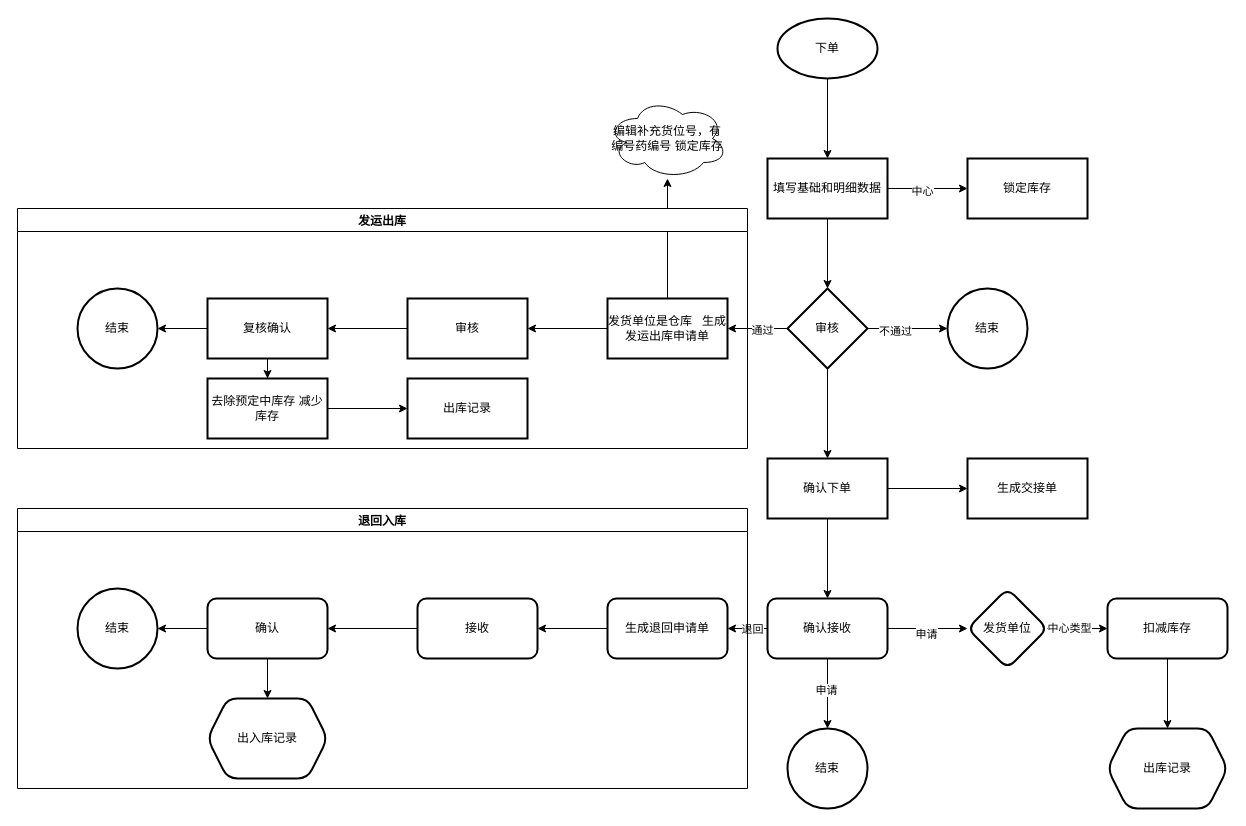
Earlier version of the draw.io diagram 发运.drawio (surick/C_Demos). Source tidied: cells renumbered, new cells numbered last; positions are measured from the earlier drawing's top-left corner, leaving out a move shared by most shapes. Both pictures are drawn from the tidied source at 100%, with x=0, y=0 at pixel (17, 18).
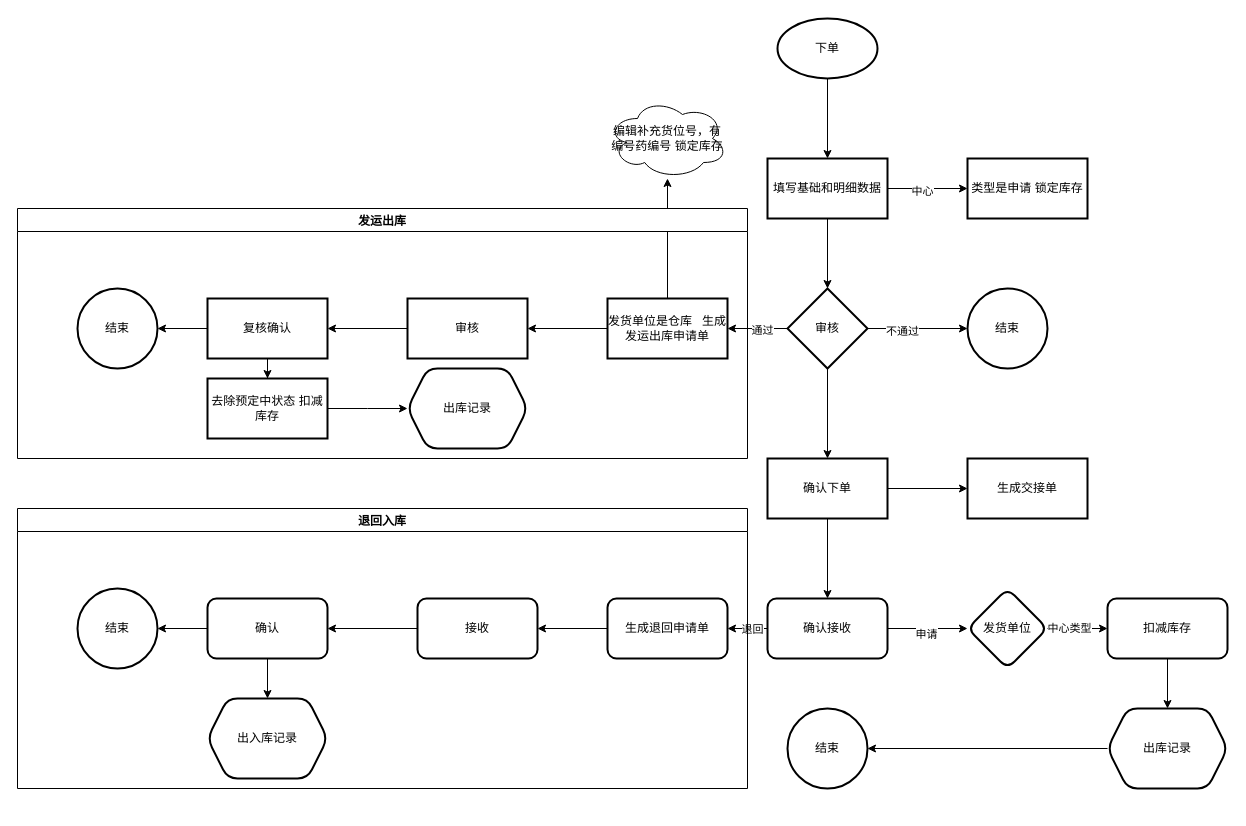
The same diagram, later.

The change refers to these unchanged cells:
```xml
<mxCell id="39" value="确认接收" style="rounded=1;whiteSpace=wrap;html=1;strokeWidth=2;" parent="1" vertex="1">
  <mxGeometry x="750" y="580" width="120" height="60" as="geometry" />
</mxCell>
<mxCell id="49" value="退回入库" style="swimlane;" parent="1" vertex="1">
  <mxGeometry y="490" width="730" height="280" as="geometry" />
</mxCell>
```

What changed in the source:
```diff
@@
     <mxCell id="14" value="结束" style="ellipse;whiteSpace=wrap;html=1;strokeWidth=2;" parent="1" vertex="1">
-      <mxGeometry x="930" y="270" width="80" height="80" as="geometry" />
+      <mxGeometry x="950" y="270" width="80" height="80" as="geometry" />
     </mxCell>
@@
     <mxCell id="23" value="发运出库" style="swimlane;" parent="1" vertex="1">
-      <mxGeometry y="190" width="730" height="240" as="geometry" />
+      <mxGeometry y="190" width="730" height="250" as="geometry" />
     </mxCell>
@@
-    <mxCell id="25" style="edgeStyle=orthogonalEdgeStyle;rounded=0;jettySize=auto;html=1;" parent="23" edge="1" source="26" target="27">
-      <mxGeometry relative="1" as="geometry" />
+    <mxCell id="25" style="edgeStyle=orthogonalEdgeStyle;rounded=0;jettySize=auto;html=1;" parent="23" edge="1" source="26">
+      <mxGeometry relative="1" as="geometry">
+        <mxPoint x="390" y="200" as="targetPoint" />
+      </mxGeometry>
     </mxCell>
-    <mxCell id="26" value="去除预定中库存 减少库存" style="whiteSpace=wrap;html=1;strokeWidth=2;" parent="23" vertex="1">
+    <mxCell id="26" value="去除预定中状态 扣减库存" style="whiteSpace=wrap;html=1;strokeWidth=2;" parent="23" vertex="1">
       <mxGeometry x="190" y="170" width="120" height="60" as="geometry" />
     </mxCell>
-    <mxCell id="27" value="出库记录" style="whiteSpace=wrap;html=1;strokeWidth=2;" parent="23" vertex="1">
-      <mxGeometry x="390" y="170" width="120" height="60" as="geometry" />
+    <mxCell id="27" value="出库记录" style="shape=hexagon;perimeter=hexagonPerimeter2;whiteSpace=wrap;html=1;fixedSize=1;rounded=1;strokeWidth=2;" parent="23" vertex="1">
+      <mxGeometry x="390" y="160" width="120" height="80" as="geometry" />
     </mxCell>
@@
-    <mxCell id="33" style="edgeStyle=orthogonalEdgeStyle;rounded=0;jettySize=auto;html=1;" parent="1" edge="1" source="39" target="40">
-      <mxGeometry relative="1" as="geometry" />
-    </mxCell>
-    <mxCell id="34" value="申请" style="edgeLabel;html=1;align=center;verticalAlign=middle;" parent="33" vertex="1">
-      <mxGeometry x="-0.11" y="-2" relative="1" as="geometry" />
-    </mxCell>
@@
     <mxCell id="40" value="结束" style="ellipse;whiteSpace=wrap;html=1;rounded=1;strokeWidth=2;" parent="1" vertex="1">
-      <mxGeometry x="770" y="710" width="80" height="80" as="geometry" />
+      <mxGeometry x="770" y="690" width="80" height="80" as="geometry" />
     </mxCell>
-    <mxCell id="41" style="edgeStyle=orthogonalEdgeStyle;rounded=0;jettySize=auto;html=1;" parent="1" edge="1" source="42" target="44">
-      <mxGeometry relative="1" as="geometry" />
-    </mxCell>
-    <mxCell id="42" value="生成退回申请单" style="whiteSpace=wrap;html=1;rounded=1;strokeWidth=2;" parent="1" vertex="1">
-      <mxGeometry x="590" y="580" width="120" height="60" as="geometry" />
-    </mxCell>
@@
-    <mxCell id="44" value="接收" style="whiteSpace=wrap;html=1;rounded=1;strokeWidth=2;" parent="1" vertex="1">
-      <mxGeometry x="400" y="580" width="120" height="60" as="geometry" />
-    </mxCell>
@@
+    <mxCell id="42" value="生成退回申请单" style="whiteSpace=wrap;html=1;rounded=1;strokeWidth=2;" parent="49" vertex="1">
+      <mxGeometry x="590" y="90" width="120" height="60" as="geometry" />
+    </mxCell>
+    <mxCell id="44" value="接收" style="whiteSpace=wrap;html=1;rounded=1;strokeWidth=2;" parent="49" vertex="1">
+      <mxGeometry x="400" y="90" width="120" height="60" as="geometry" />
+    </mxCell>
+    <mxCell id="41" style="edgeStyle=orthogonalEdgeStyle;rounded=0;jettySize=auto;html=1;" parent="49" edge="1" source="42" target="44">
+      <mxGeometry relative="1" as="geometry" />
+    </mxCell>
@@
-    <mxCell id="56" value="锁定库存" style="whiteSpace=wrap;html=1;strokeWidth=2;" parent="1" vertex="1">
+    <mxCell id="56" value="类型是申请 锁定库存" style="whiteSpace=wrap;html=1;strokeWidth=2;" parent="1" vertex="1">
       <mxGeometry x="950" y="140" width="120" height="60" as="geometry" />
     </mxCell>
+    <mxCell id="58" style="edgeStyle=orthogonalEdgeStyle;rounded=0;jettySize=auto;html=1;" parent="1" edge="1" source="57" target="40">
+      <mxGeometry relative="1" as="geometry" />
+    </mxCell>
     <mxCell id="57" value="出库记录" style="shape=hexagon;perimeter=hexagonPerimeter2;whiteSpace=wrap;html=1;fixedSize=1;rounded=1;strokeWidth=2;" parent="1" vertex="1">
-      <mxGeometry x="1090" y="710" width="120" height="80" as="geometry" />
+      <mxGeometry x="1090" y="690" width="120" height="80" as="geometry" />
     </mxCell>
```
